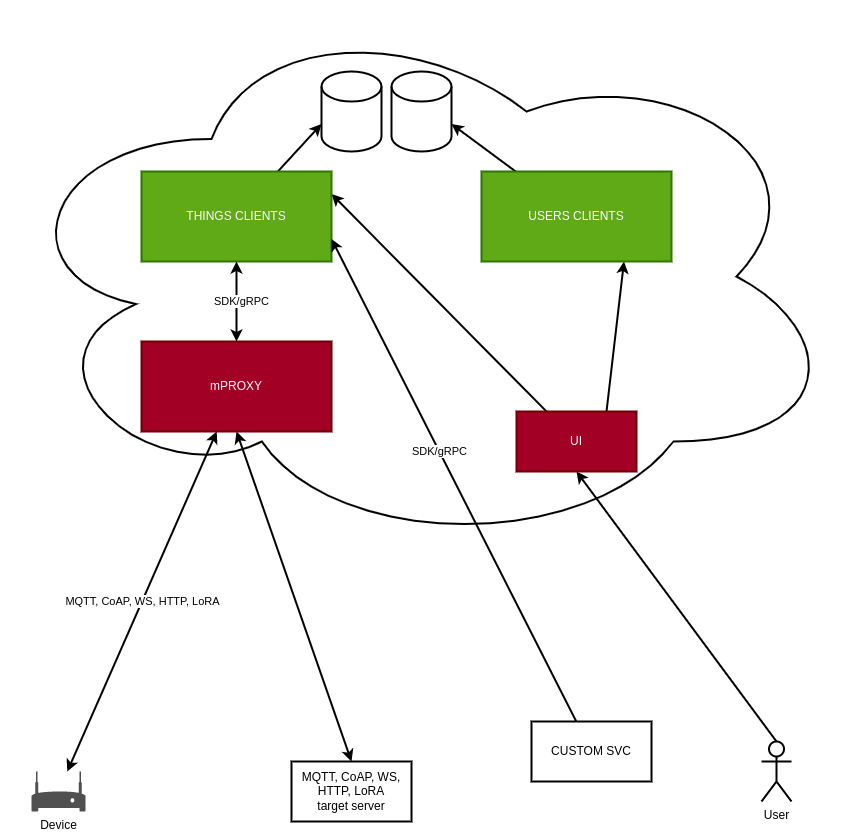
The draw.io diagram allauth/architecture.png in DerrickKirimi/cocos-docs, before a commit. Source tidied: cells renumbered, new cells last; positions are measured from the earlier drawing's top-left corner, leaving out a move shared by most shapes. The source it was exported from:
```xml
<mxGraphModel background="#ffffff">
  <root>
    <mxCell id="0" />
    <mxCell id="1" parent="0" />
    <mxCell id="2" style="ellipse;shape=cloud;whiteSpace=wrap;html=1;fillColor=#FFFFFF;strokeWidth=2;" parent="1" vertex="1">
      <mxGeometry width="840" height="550" as="geometry" />
    </mxCell>
    <mxCell id="3" value="MQTT, CoAP, WS, HTTP, LoRA" style="edgeStyle=none;html=1;strokeWidth=2;startArrow=classic;startFill=1;" parent="1" edge="1" source="4" target="17">
      <mxGeometry relative="1" as="geometry" />
    </mxCell>
    <mxCell id="4" value="Device" style="sketch=0;shadow=0;dashed=0;html=1;strokeColor=none;fillColor=#505050;labelPosition=center;verticalLabelPosition=bottom;verticalAlign=top;outlineConnect=0;align=center;shape=mxgraph.office.devices.modem;strokeWidth=2;" parent="1" vertex="1">
      <mxGeometry x="30" y="770" width="54" height="40" as="geometry" />
    </mxCell>
    <mxCell id="5" style="edgeStyle=none;html=1;entryX=0.75;entryY=1;entryDx=0;entryDy=0;exitX=0.75;exitY=0;exitDx=0;exitDy=0;strokeWidth=2;" parent="1" edge="1" source="22" target="12">
      <mxGeometry relative="1" as="geometry" />
    </mxCell>
    <mxCell id="6" style="edgeStyle=none;html=1;exitX=0.25;exitY=0;exitDx=0;exitDy=0;entryX=1;entryY=0.25;entryDx=0;entryDy=0;strokeWidth=2;" parent="1" edge="1" source="22" target="10">
      <mxGeometry relative="1" as="geometry" />
    </mxCell>
    <mxCell id="7" style="edgeStyle=none;html=1;exitX=0.5;exitY=0;exitDx=0;exitDy=0;exitPerimeter=0;entryX=0.5;entryY=1;entryDx=0;entryDy=0;strokeWidth=2;" parent="1" edge="1" source="8" target="22">
      <mxGeometry relative="1" as="geometry" />
    </mxCell>
    <mxCell id="8" value="User" style="shape=umlActor;verticalLabelPosition=bottom;verticalAlign=top;html=1;outlineConnect=0;strokeWidth=2;" parent="1" vertex="1">
      <mxGeometry x="760" y="740" width="30" height="60" as="geometry" />
    </mxCell>
    <mxCell id="9" style="edgeStyle=none;html=1;entryX=0;entryY=0;entryDx=0;entryDy=52.5;entryPerimeter=0;strokeWidth=2;" parent="1" edge="1" source="10" target="13">
      <mxGeometry relative="1" as="geometry" />
    </mxCell>
    <mxCell id="10" value="THINGS CLIENTS" style="rounded=0;whiteSpace=wrap;html=1;fillColor=#60a917;fontColor=#ffffff;strokeColor=#2D7600;strokeWidth=2;" parent="1" vertex="1">
      <mxGeometry x="140" y="170" width="190" height="90" as="geometry" />
    </mxCell>
    <mxCell id="11" style="edgeStyle=none;html=1;entryX=1;entryY=0;entryDx=0;entryDy=52.5;entryPerimeter=0;strokeWidth=2;" parent="1" edge="1" source="12" target="14">
      <mxGeometry relative="1" as="geometry" />
    </mxCell>
    <mxCell id="12" value="USERS CLIENTS" style="rounded=0;whiteSpace=wrap;html=1;fillColor=#60a917;fontColor=#ffffff;strokeColor=#2D7600;strokeWidth=2;" parent="1" vertex="1">
      <mxGeometry x="480" y="170" width="190" height="90" as="geometry" />
    </mxCell>
    <mxCell id="13" style="shape=cylinder3;whiteSpace=wrap;html=1;boundedLbl=1;backgroundOutline=1;size=15;strokeWidth=2;" parent="1" vertex="1">
      <mxGeometry x="320" y="70" width="60" height="80" as="geometry" />
    </mxCell>
    <mxCell id="14" style="shape=cylinder3;whiteSpace=wrap;html=1;boundedLbl=1;backgroundOutline=1;size=15;strokeWidth=2;" parent="1" vertex="1">
      <mxGeometry x="390" y="70" width="60" height="80" as="geometry" />
    </mxCell>
    <mxCell id="15" value="SDK/gRPC" style="edgeStyle=none;html=1;strokeWidth=2;startArrow=classic;startFill=1;" parent="1" edge="1">
      <mxGeometry y="-5" relative="1" as="geometry">
        <mxPoint x="235" y="340" as="sourcePoint" />
        <mxPoint x="235" y="260" as="targetPoint" />
      </mxGeometry>
    </mxCell>
    <mxCell id="16" style="edgeStyle=none;html=1;exitX=0.5;exitY=1;exitDx=0;exitDy=0;entryX=0.5;entryY=0;entryDx=0;entryDy=0;strokeWidth=2;startArrow=classic;startFill=1;" parent="1" edge="1" source="17" target="18">
      <mxGeometry relative="1" as="geometry" />
    </mxCell>
    <mxCell id="17" value="mPROXY" style="rounded=0;whiteSpace=wrap;html=1;fillColor=#a20025;fontColor=#ffffff;strokeColor=#6F0000;strokeWidth=2;" parent="1" vertex="1">
      <mxGeometry x="140" y="340" width="190" height="90" as="geometry" />
    </mxCell>
    <mxCell id="18" value="MQTT, CoAP, WS, HTTP, LoRA&lt;br&gt;target server" style="rounded=0;whiteSpace=wrap;html=1;strokeWidth=2;" parent="1" vertex="1">
      <mxGeometry x="290" y="760" width="120" height="60" as="geometry" />
    </mxCell>
    <mxCell id="19" style="edgeStyle=none;html=1;entryX=1;entryY=0.75;entryDx=0;entryDy=0;strokeWidth=2;" parent="1" edge="1" source="21" target="10">
      <mxGeometry relative="1" as="geometry" />
    </mxCell>
    <mxCell id="20" value="SDK/gRPC" style="edgeLabel;html=1;align=center;verticalAlign=middle;" parent="19" vertex="1">
      <mxGeometry x="0.12" relative="1" as="geometry" />
    </mxCell>
    <mxCell id="21" value="CUSTOM SVC" style="rounded=0;whiteSpace=wrap;html=1;strokeWidth=2;" parent="1" vertex="1">
      <mxGeometry x="530" y="720" width="120" height="60" as="geometry" />
    </mxCell>
    <mxCell id="22" value="UI" style="rounded=0;whiteSpace=wrap;html=1;fillColor=#a20025;fontColor=#ffffff;strokeColor=#6F0000;strokeWidth=2;" parent="1" vertex="1">
      <mxGeometry x="515" y="410" width="120" height="60" as="geometry" />
    </mxCell>
  </root>
</mxGraphModel>
```
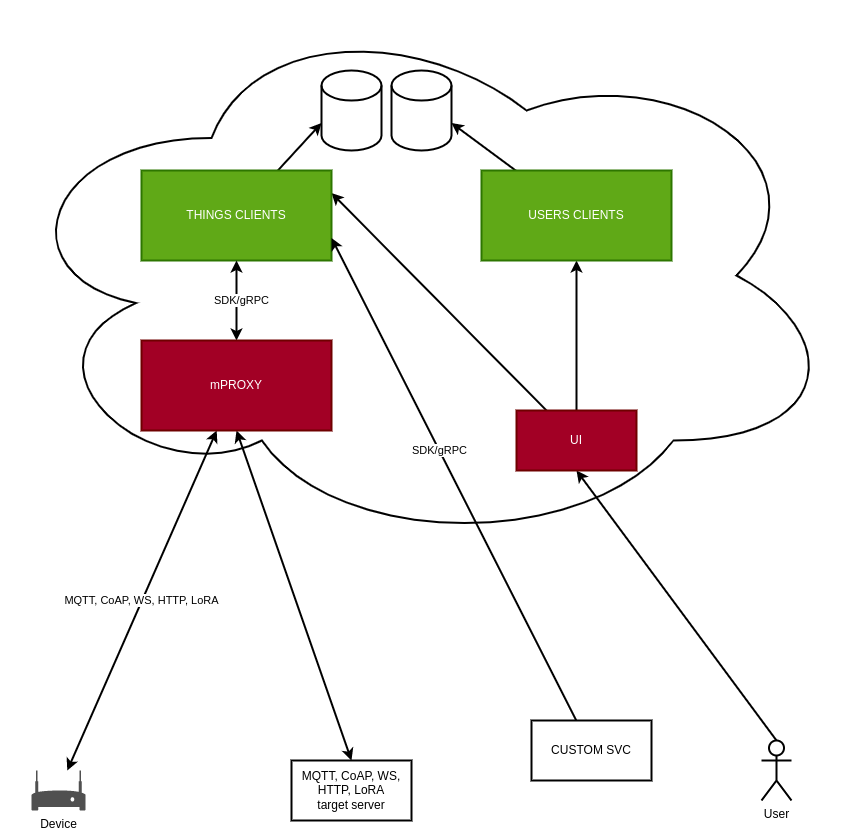
After the change.

Diff of the diagram source:
```diff
@@ -11,7 +11,7 @@
     <mxCell id="4" value="Device" style="sketch=0;shadow=0;dashed=0;html=1;strokeColor=none;fillColor=#505050;labelPosition=center;verticalLabelPosition=bottom;verticalAlign=top;outlineConnect=0;align=center;shape=mxgraph.office.devices.modem;strokeWidth=2;" parent="1" vertex="1">
       <mxGeometry x="30" y="770" width="54" height="40" as="geometry" />
     </mxCell>
-    <mxCell id="5" style="edgeStyle=none;html=1;entryX=0.75;entryY=1;entryDx=0;entryDy=0;exitX=0.75;exitY=0;exitDx=0;exitDy=0;strokeWidth=2;" parent="1" edge="1" source="22" target="12">
+    <mxCell id="5" style="edgeStyle=none;html=1;strokeWidth=2;" parent="1" edge="1" source="22" target="12">
       <mxGeometry relative="1" as="geometry" />
     </mxCell>
     <mxCell id="6" style="edgeStyle=none;html=1;exitX=0.25;exitY=0;exitDx=0;exitDy=0;entryX=1;entryY=0.25;entryDx=0;entryDy=0;strokeWidth=2;" parent="1" edge="1" source="22" target="10">
```
